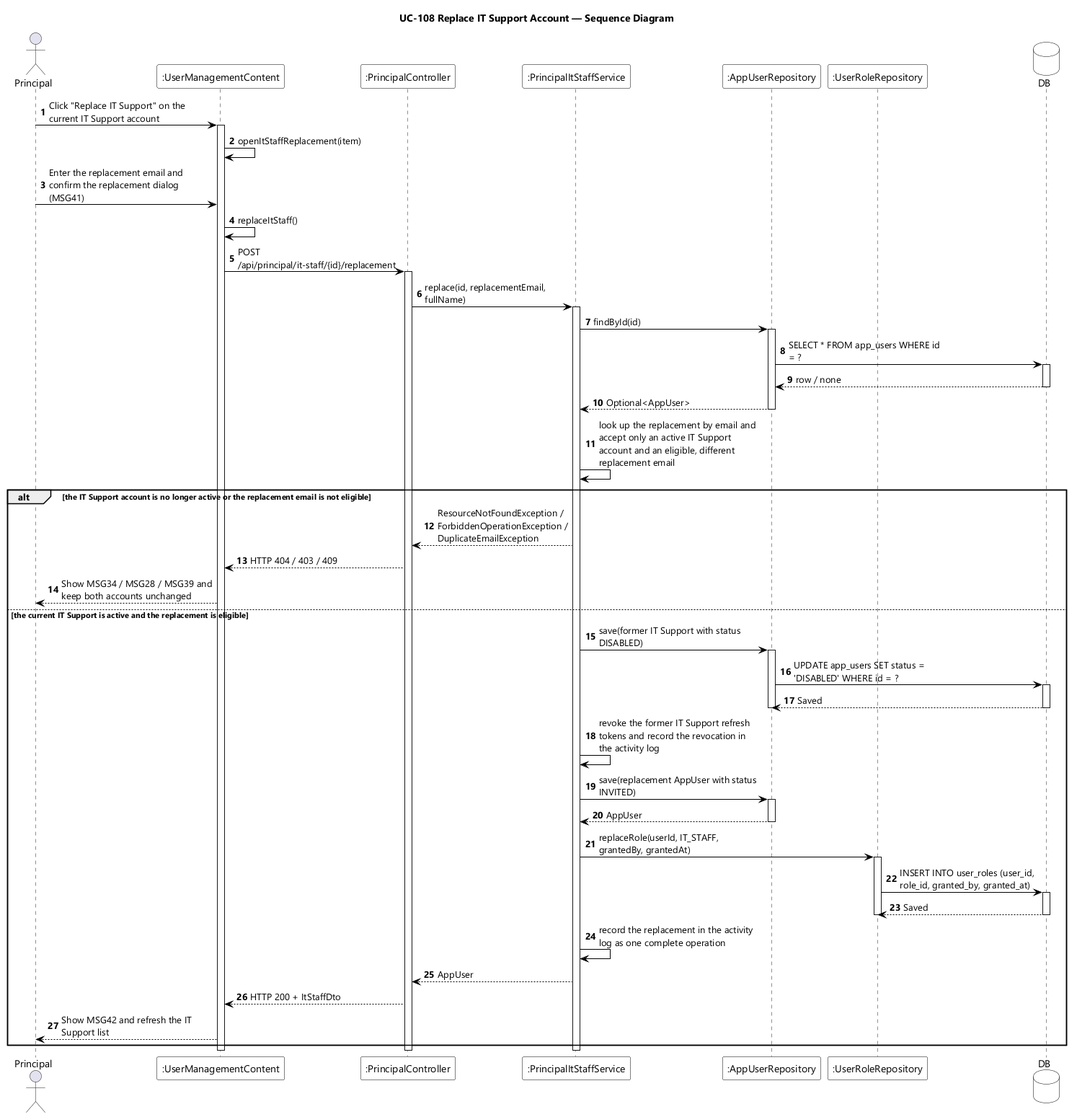
This is designs/sds-diagrams/uc108/uc108-sequence-diagram.png from EduA-system/EduA-system, a PlantUML export, as it was before one commit.
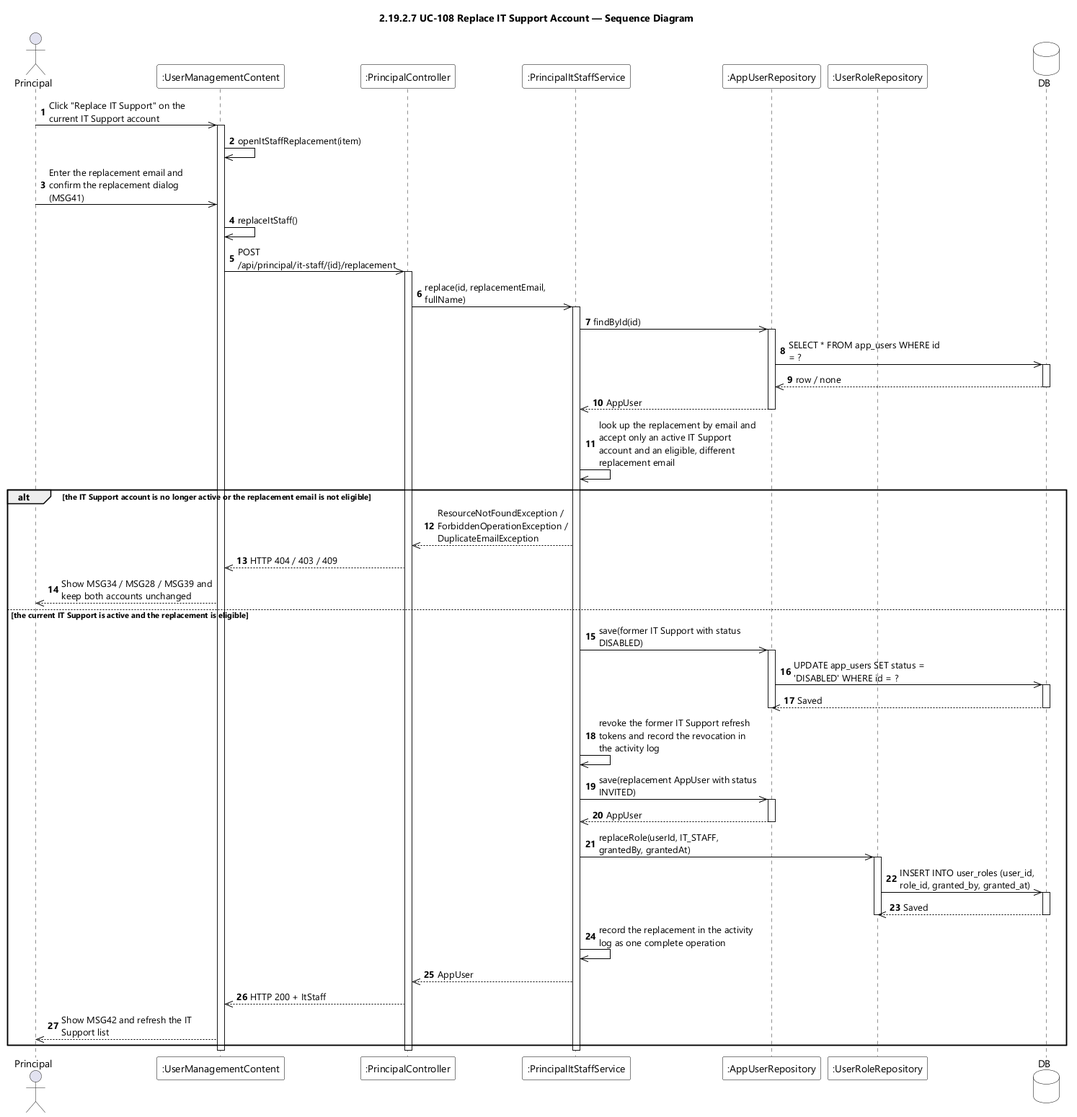
After the commit.

The edit, as a diff of the source:
```diff
@@ -9,7 +9,7 @@
 skinparam ArrowColor #000000
 skinparam sequenceMessageAlign left
 skinparam maxMessageSize 220
-title UC-108 Replace IT Support Account — Sequence Diagram
+title 2.19.2.7 UC-108 Replace IT Support Account — Sequence Diagram
 
 actor Principal
 participant ":UserManagementContent" as UI
@@ -20,53 +20,53 @@
 database DB
 
 autonumber
-Principal -> UI : Click "Replace IT Support" on the current IT Support account
+Principal ->> UI : Click "Replace IT Support" on the current IT Support account
 activate UI
-UI -> UI : openItStaffReplacement(item)
-Principal -> UI : Enter the replacement email and confirm the replacement dialog (MSG41)
-UI -> UI : replaceItStaff()
-UI -> CTL : POST /api/principal/it-staff/{id}/replacement
+UI ->> UI : openItStaffReplacement(item)
+Principal ->> UI : Enter the replacement email and confirm the replacement dialog (MSG41)
+UI ->> UI : replaceItStaff()
+UI ->> CTL : POST /api/principal/it-staff/{id}/replacement
 activate CTL
-CTL -> SVC : replace(id, replacementEmail, fullName)
+CTL ->> SVC : replace(id, replacementEmail, fullName)
 activate SVC
-SVC -> USERS : findById(id)
+SVC ->> USERS : findById(id)
 activate USERS
-USERS -> DB : SELECT * FROM app_users WHERE id = ?
+USERS ->> DB : SELECT * FROM app_users WHERE id = ?
 activate DB
-DB --> USERS : row / none
+DB -->> USERS : row / none
 deactivate DB
-USERS --> SVC : Optional<AppUser>
+USERS -->> SVC : AppUser
 deactivate USERS
-SVC -> SVC : look up the replacement by email and accept only an active IT Support account and an eligible, different replacement email
+SVC ->> SVC : look up the replacement by email and accept only an active IT Support account and an eligible, different replacement email
 
 alt the IT Support account is no longer active or the replacement email is not eligible
-  SVC --> CTL : ResourceNotFoundException / ForbiddenOperationException / DuplicateEmailException
-  CTL --> UI : HTTP 404 / 403 / 409
-  UI --> Principal : Show MSG34 / MSG28 / MSG39 and keep both accounts unchanged
+  SVC -->> CTL : ResourceNotFoundException / ForbiddenOperationException / DuplicateEmailException
+  CTL -->> UI : HTTP 404 / 403 / 409
+  UI -->> Principal : Show MSG34 / MSG28 / MSG39 and keep both accounts unchanged
 else the current IT Support is active and the replacement is eligible
-  SVC -> USERS : save(former IT Support with status DISABLED)
+  SVC ->> USERS : save(former IT Support with status DISABLED)
   activate USERS
-  USERS -> DB : UPDATE app_users SET status = 'DISABLED' WHERE id = ?
+  USERS ->> DB : UPDATE app_users SET status = 'DISABLED' WHERE id = ?
   activate DB
-  DB --> USERS : Saved
+  DB -->> USERS : Saved
   deactivate DB
   deactivate USERS
-  SVC -> SVC : revoke the former IT Support refresh tokens and record the revocation in the activity log
-  SVC -> USERS : save(replacement AppUser with status INVITED)
+  SVC ->> SVC : revoke the former IT Support refresh tokens and record the revocation in the activity log
+  SVC ->> USERS : save(replacement AppUser with status INVITED)
   activate USERS
-  USERS --> SVC : AppUser
+  USERS -->> SVC : AppUser
   deactivate USERS
-  SVC -> ROLES : replaceRole(userId, IT_STAFF, grantedBy, grantedAt)
+  SVC ->> ROLES : replaceRole(userId, IT_STAFF, grantedBy, grantedAt)
   activate ROLES
-  ROLES -> DB : INSERT INTO user_roles (user_id, role_id, granted_by, granted_at)
+  ROLES ->> DB : INSERT INTO user_roles (user_id, role_id, granted_by, granted_at)
   activate DB
-  DB --> ROLES : Saved
+  DB -->> ROLES : Saved
   deactivate DB
   deactivate ROLES
-  SVC -> SVC : record the replacement in the activity log as one complete operation
-  SVC --> CTL : AppUser
-  CTL --> UI : HTTP 200 + ItStaffDto
-  UI --> Principal : Show MSG42 and refresh the IT Support list
+  SVC ->> SVC : record the replacement in the activity log as one complete operation
+  SVC -->> CTL : AppUser
+  CTL -->> UI : HTTP 200 + ItStaff
+  UI -->> Principal : Show MSG42 and refresh the IT Support list
 end
 deactivate SVC
 deactivate CTL
```
